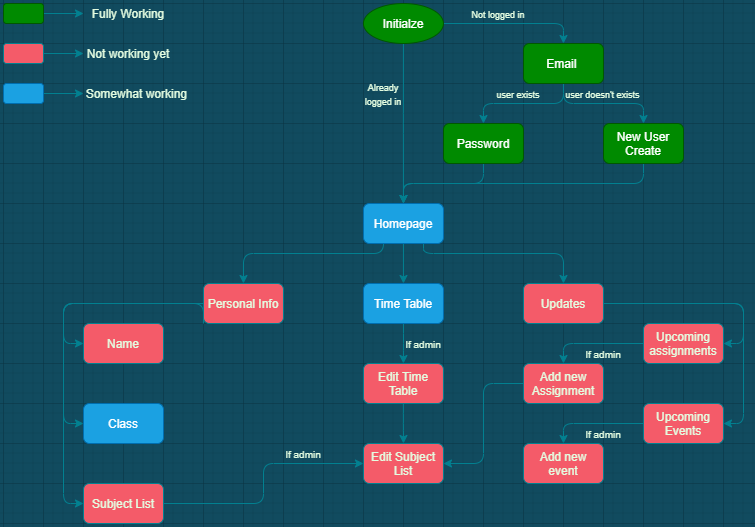
ArV29/pec_student_app keeps this draw.io diagram as PECStudentAppStructure.png. Above is the earlier version. Source tidied: cells renumbered, new cells last; positions are measured from the earlier drawing's top-left corner, leaving out a move shared by most shapes.
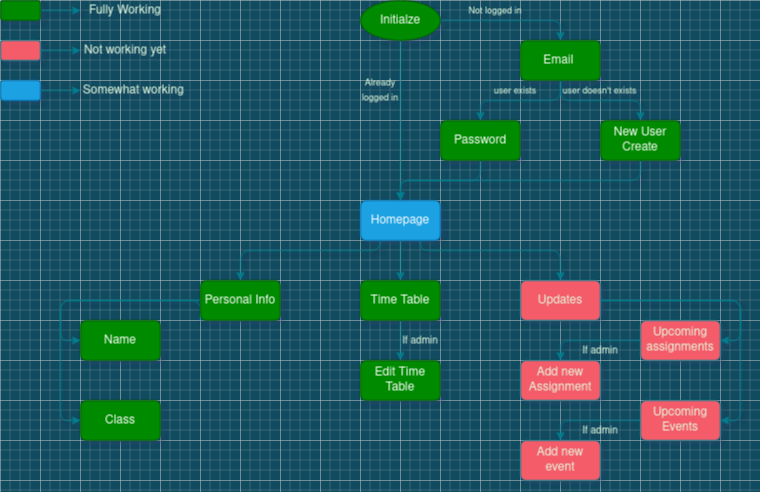
Later version of the same file.

Commit message:
Updated HomePage Screen, Added Personal_Info Screen

Change to the diagram source:
```diff
@@ -1,4 +1,4 @@
-<mxGraphModel background="#114B5F">
+<mxGraphModel background="#114B5F" shadow="1">
   <root>
     <mxCell id="0" />
     <mxCell id="1" parent="0" />
@@ -67,16 +67,13 @@
     <mxCell id="17" style="edgeStyle=orthogonalEdgeStyle;jettySize=auto;html=1;exitX=0;exitY=0.5;exitDx=0;exitDy=0;entryX=0;entryY=0.5;entryDx=0;entryDy=0;labelBackgroundColor=#114B5F;strokeColor=#028090;fontColor=#E4FDE1;" parent="1" edge="1" source="19" target="28">
       <mxGeometry relative="1" as="geometry" />
     </mxCell>
-    <mxCell id="18" style="edgeStyle=orthogonalEdgeStyle;jettySize=auto;html=1;exitX=0;exitY=0.5;exitDx=0;exitDy=0;entryX=0;entryY=0.5;entryDx=0;entryDy=0;labelBackgroundColor=#114B5F;strokeColor=#028090;fontColor=#E4FDE1;" parent="1" edge="1" source="19" target="31">
-      <mxGeometry relative="1" as="geometry" />
-    </mxCell>
-    <mxCell id="19" value="Personal Info" style="whiteSpace=wrap;html=1;fillColor=#F45B69;strokeColor=#028090;fontColor=#E4FDE1;rounded=1;" parent="1" vertex="1">
+    <mxCell id="19" value="Personal Info" style="whiteSpace=wrap;html=1;fillColor=#008a00;strokeColor=#005700;rounded=1;fontColor=#ffffff;" parent="1" vertex="1">
       <mxGeometry x="200" y="280" width="80" height="40" as="geometry" />
     </mxCell>
     <mxCell id="20" style="edgeStyle=orthogonalEdgeStyle;jettySize=auto;html=1;exitX=0.5;exitY=1;exitDx=0;exitDy=0;entryX=0.5;entryY=0;entryDx=0;entryDy=0;labelBackgroundColor=#114B5F;strokeColor=#028090;fontColor=#E4FDE1;" parent="1" edge="1" source="21" target="26">
       <mxGeometry relative="1" as="geometry" />
     </mxCell>
-    <mxCell id="21" value="Time Table" style="whiteSpace=wrap;html=1;fillColor=#1ba1e2;strokeColor=#006EAF;fontColor=#ffffff;rounded=1;" parent="1" vertex="1">
+    <mxCell id="21" value="Time Table" style="whiteSpace=wrap;html=1;fillColor=#008a00;strokeColor=#005700;fontColor=#ffffff;rounded=1;" parent="1" vertex="1">
       <mxGeometry x="360" y="280" width="80" height="40" as="geometry" />
     </mxCell>
     <mxCell id="22" style="edgeStyle=orthogonalEdgeStyle;jettySize=auto;html=1;entryX=1;entryY=0.5;entryDx=0;entryDy=0;labelBackgroundColor=#114B5F;strokeColor=#028090;fontColor=#E4FDE1;" parent="1" edge="1" source="24" target="33">
@@ -93,27 +90,15 @@
     <mxCell id="24" value="Updates" style="whiteSpace=wrap;html=1;fillColor=#F45B69;strokeColor=#028090;fontColor=#E4FDE1;rounded=1;" parent="1" vertex="1">
       <mxGeometry x="520" y="280" width="80" height="40" as="geometry" />
     </mxCell>
-    <mxCell id="25" style="edgeStyle=orthogonalEdgeStyle;jettySize=auto;html=1;labelBackgroundColor=#114B5F;strokeColor=#028090;fontColor=#E4FDE1;" parent="1" edge="1" source="26" target="29">
-      <mxGeometry relative="1" as="geometry" />
-    </mxCell>
-    <mxCell id="26" value="Edit Time Table" style="whiteSpace=wrap;html=1;fillColor=#F45B69;strokeColor=#028090;fontColor=#E4FDE1;rounded=1;" parent="1" vertex="1">
+    <mxCell id="26" value="Edit Time Table" style="whiteSpace=wrap;html=1;fillColor=#008a00;strokeColor=#005700;fontColor=#ffffff;rounded=1;" parent="1" vertex="1">
       <mxGeometry x="359.9" y="360" width="80" height="40" as="geometry" />
     </mxCell>
-    <mxCell id="27" value="Name" style="whiteSpace=wrap;html=1;fillColor=#F45B69;strokeColor=#028090;fontColor=#E4FDE1;rounded=1;" parent="1" vertex="1">
+    <mxCell id="27" value="Name" style="whiteSpace=wrap;html=1;fillColor=#008a00;strokeColor=#005700;rounded=1;fontColor=#ffffff;" parent="1" vertex="1">
       <mxGeometry x="80" y="320" width="80" height="40" as="geometry" />
     </mxCell>
-    <mxCell id="28" value="Class" style="whiteSpace=wrap;html=1;fillColor=#1ba1e2;strokeColor=#006EAF;fontColor=#ffffff;rounded=1;" parent="1" vertex="1">
+    <mxCell id="28" value="Class" style="whiteSpace=wrap;html=1;strokeColor=#005700;rounded=1;fillColor=#008a00;fontColor=#ffffff;" parent="1" vertex="1">
       <mxGeometry x="80" y="400" width="80" height="40" as="geometry" />
     </mxCell>
-    <mxCell id="29" value="Edit Subject List" style="whiteSpace=wrap;html=1;fillColor=#F45B69;strokeColor=#028090;fontColor=#E4FDE1;rounded=1;" parent="1" vertex="1">
-      <mxGeometry x="360" y="440" width="80" height="40" as="geometry" />
-    </mxCell>
-    <mxCell id="30" style="edgeStyle=orthogonalEdgeStyle;jettySize=auto;html=1;entryX=0;entryY=0.5;entryDx=0;entryDy=0;labelBackgroundColor=#114B5F;strokeColor=#028090;fontColor=#E4FDE1;" parent="1" edge="1" source="31" target="29">
-      <mxGeometry relative="1" as="geometry" />
-    </mxCell>
-    <mxCell id="31" value="Subject List" style="whiteSpace=wrap;html=1;fillColor=#F45B69;strokeColor=#028090;fontColor=#E4FDE1;rounded=1;" parent="1" vertex="1">
-      <mxGeometry x="80" y="480" width="80" height="40" as="geometry" />
-    </mxCell>
     <mxCell id="32" style="edgeStyle=orthogonalEdgeStyle;jettySize=auto;html=1;entryX=0.5;entryY=0;entryDx=0;entryDy=0;labelBackgroundColor=#114B5F;strokeColor=#028090;fontColor=#E4FDE1;" parent="1" edge="1" source="33" target="43">
       <mxGeometry relative="1" as="geometry" />
     </mxCell>
@@ -123,7 +108,7 @@
     <mxCell id="34" style="edgeStyle=orthogonalEdgeStyle;jettySize=auto;html=1;exitX=0;exitY=0.5;exitDx=0;exitDy=0;entryX=0.5;entryY=0;entryDx=0;entryDy=0;labelBackgroundColor=#114B5F;strokeColor=#028090;fontColor=#E4FDE1;" parent="1" edge="1" source="35" target="45">
       <mxGeometry relative="1" as="geometry" />
     </mxCell>
-    <mxCell id="35" value="Upcoming Events" style="whiteSpace=wrap;html=1;fillColor=#F45B69;strokeColor=#028090;fontColor=#E4FDE1;rounded=1;" parent="1" vertex="1">
+    <mxCell id="35" value="Upcoming Events" style="whiteSpace=wrap;html=1;strokeColor=#028090;fontColor=#E4FDE1;rounded=1;fillColor=#F45B69;" parent="1" vertex="1">
       <mxGeometry x="640" y="400" width="80" height="40" as="geometry" />
     </mxCell>
     <mxCell id="36" value="&lt;font style=&quot;font-size: 9px&quot;&gt;Not logged in&lt;/font&gt;" style="text;html=1;align=center;verticalAlign=middle;whiteSpace=wrap;fontColor=#E4FDE1;rounded=1;" parent="1" vertex="1">
@@ -141,12 +126,6 @@
     <mxCell id="40" value="&lt;font style=&quot;font-size: 10px&quot;&gt;If admin&lt;/font&gt;" style="text;html=1;align=center;verticalAlign=middle;whiteSpace=wrap;fontColor=#E4FDE1;rounded=1;" parent="1" vertex="1">
       <mxGeometry x="399.9" y="330" width="40" height="20" as="geometry" />
     </mxCell>
-    <mxCell id="41" value="&lt;font style=&quot;font-size: 10px&quot;&gt;If admin&lt;/font&gt;" style="text;html=1;align=center;verticalAlign=middle;whiteSpace=wrap;fontColor=#E4FDE1;rounded=1;" parent="1" vertex="1">
-      <mxGeometry x="280" y="440" width="40" height="20" as="geometry" />
-    </mxCell>
-    <mxCell id="42" style="edgeStyle=orthogonalEdgeStyle;jettySize=auto;html=1;entryX=1;entryY=0.5;entryDx=0;entryDy=0;labelBackgroundColor=#114B5F;strokeColor=#028090;fontColor=#E4FDE1;" parent="1" edge="1" source="43" target="29">
-      <mxGeometry relative="1" as="geometry" />
-    </mxCell>
     <mxCell id="43" value="Add new Assignment" style="whiteSpace=wrap;html=1;fillColor=#F45B69;strokeColor=#028090;fontColor=#E4FDE1;rounded=1;" parent="1" vertex="1">
       <mxGeometry x="520" y="360" width="80" height="40" as="geometry" />
     </mxCell>
```
